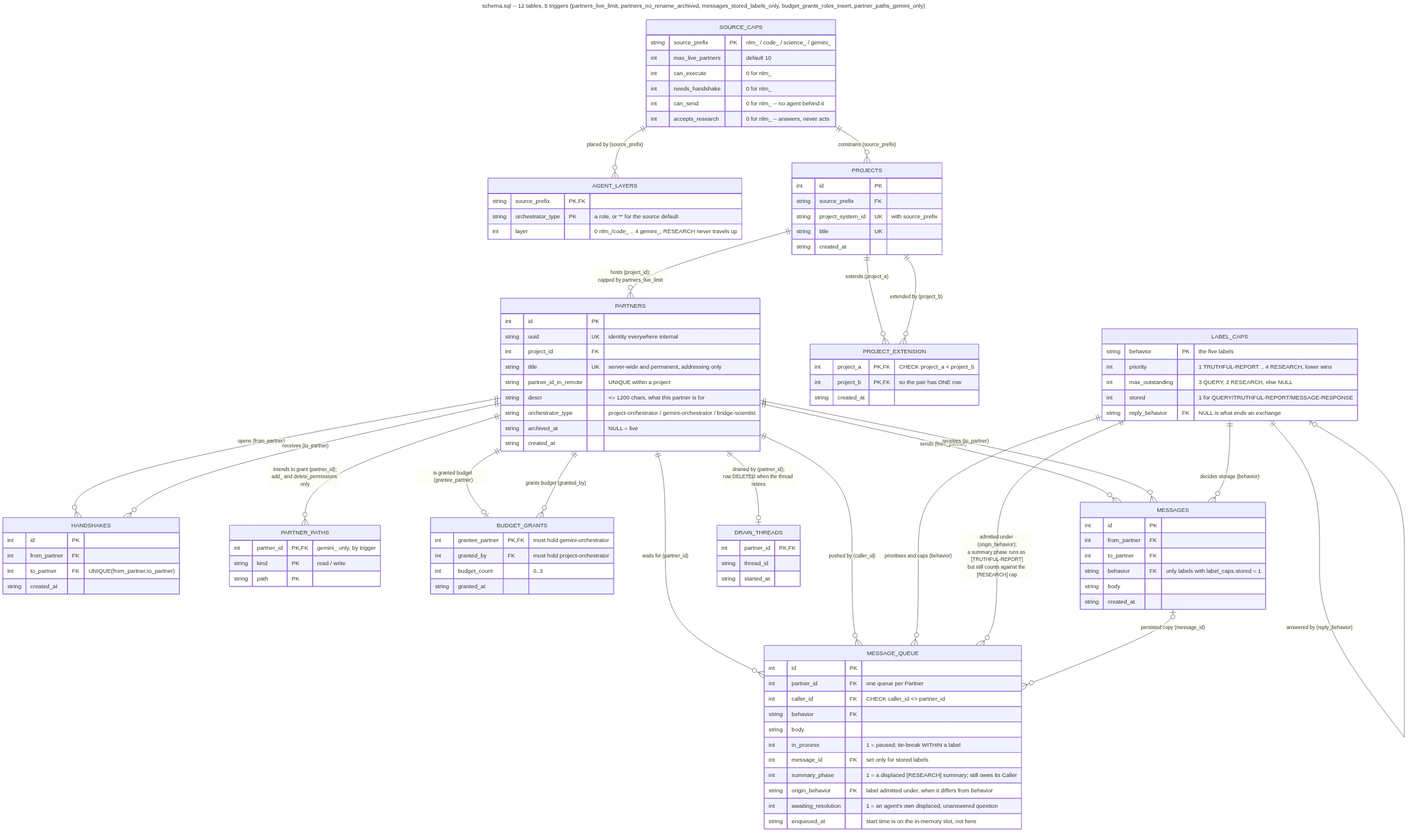
Earlier version of the Mermaid export visualizations/03-schema-er.png (CSScientist123/agent-messaging-mcp-server). Its source is kept beside it as visualizations/03-schema-er.mmd.
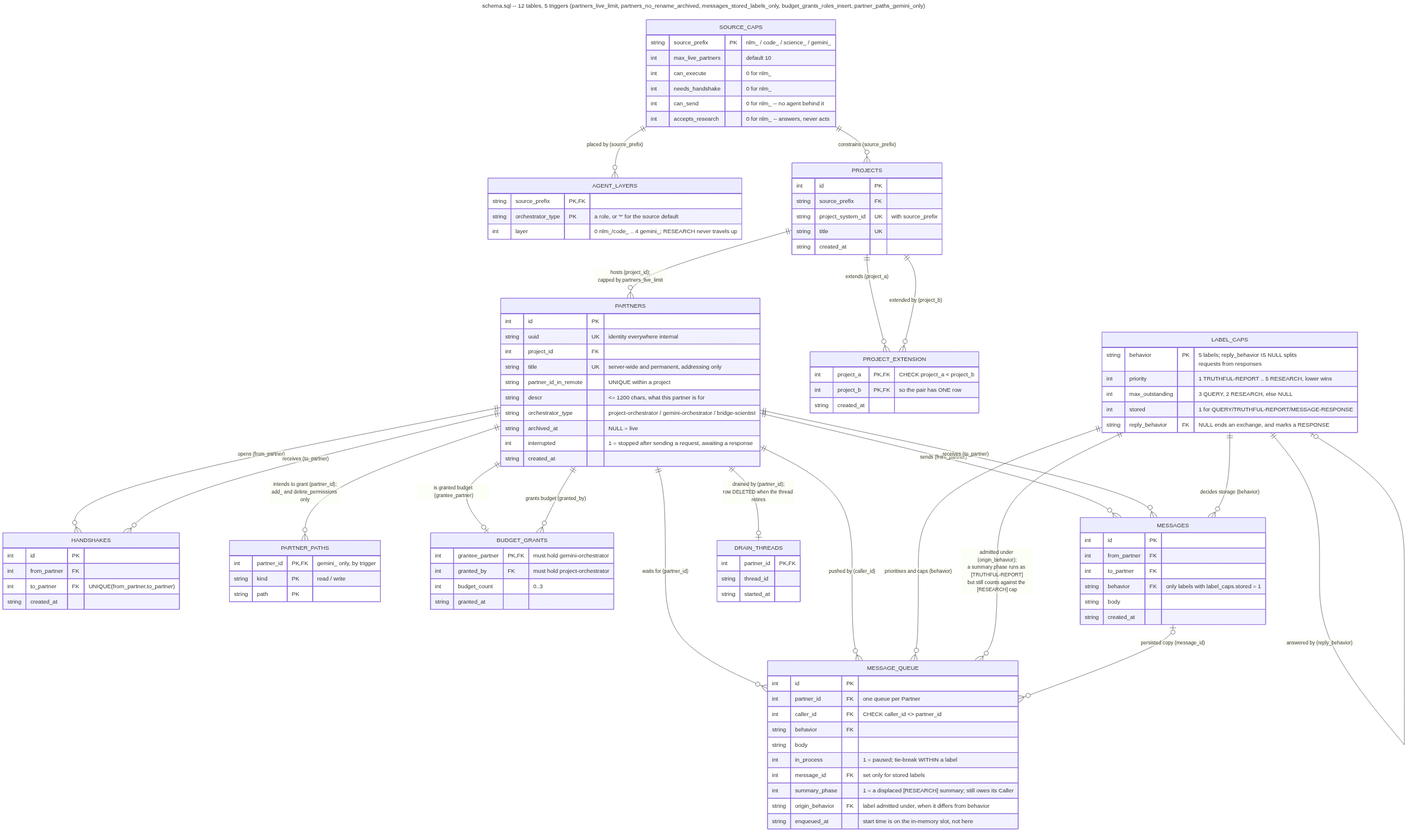
After the commit.

What changed in the source:
```diff
@@ -12,11 +12,11 @@
     }
 
     LABEL_CAPS {
-        string behavior PK "the five labels"
-        int priority "1 TRUTHFUL-REPORT .. 4 RESEARCH, lower wins"
+        string behavior PK "5 labels; reply_behavior IS NULL splits<br/>requests from responses"
+        int priority "1 TRUTHFUL-REPORT .. 5 RESEARCH, lower wins"
         int max_outstanding "3 QUERY, 2 RESEARCH, else NULL"
         int stored "1 for QUERY/TRUTHFUL-REPORT/MESSAGE-RESPONSE"
-        string reply_behavior FK "NULL is what ends an exchange"
+        string reply_behavior FK "NULL ends an exchange, and marks a RESPONSE"
     }
 
     AGENT_LAYERS {
@@ -48,6 +48,7 @@
         string descr "<= 1200 chars, what this partner is for"
         string orchestrator_type "project-orchestrator / gemini-orchestrator / bridge-scientist"
         string archived_at "NULL = live"
+        int interrupted "1 = stopped after sending a request, awaiting a response"
         string created_at
     }
 
@@ -90,7 +91,6 @@
         int message_id FK "set only for stored labels"
         int summary_phase "1 = a displaced [RESEARCH] summary; still owes its Caller"
         string origin_behavior FK "label admitted under, when it differs from behavior"
-        int awaiting_resolution "1 = an agent's own displaced, unanswered question"
         string enqueued_at "start time is on the in-memory slot, not here"
     }
 
```
